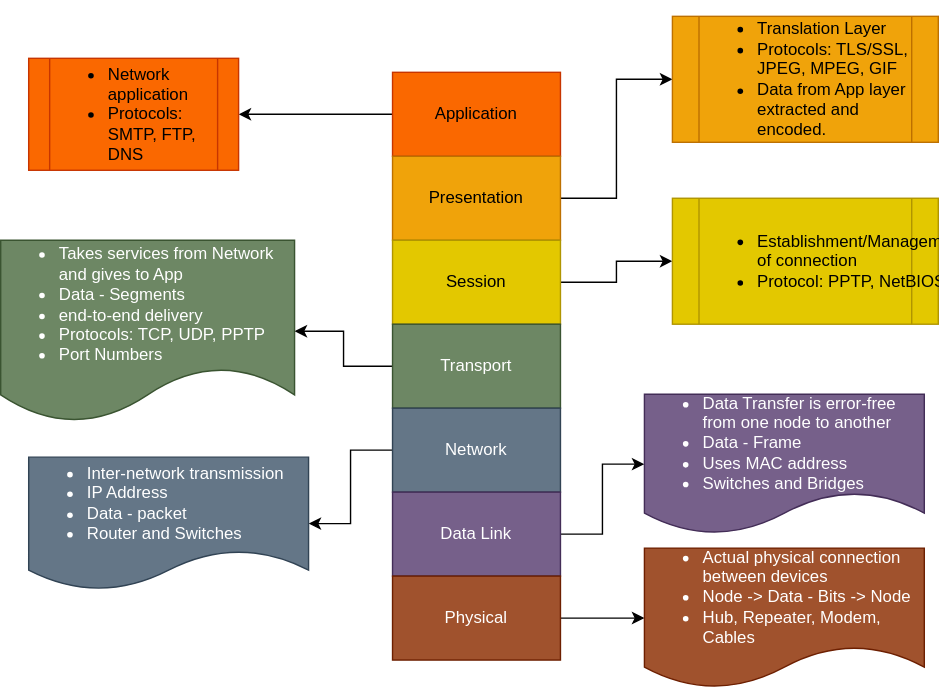
AnkitaB5007/mysite keeps this draw.io diagram as static/networking/OSI.svg. Above is the earlier version. Source tidied: cells renumbered, new cells last; positions are measured from the earlier drawing's top-left corner, leaving out a move shared by most shapes.
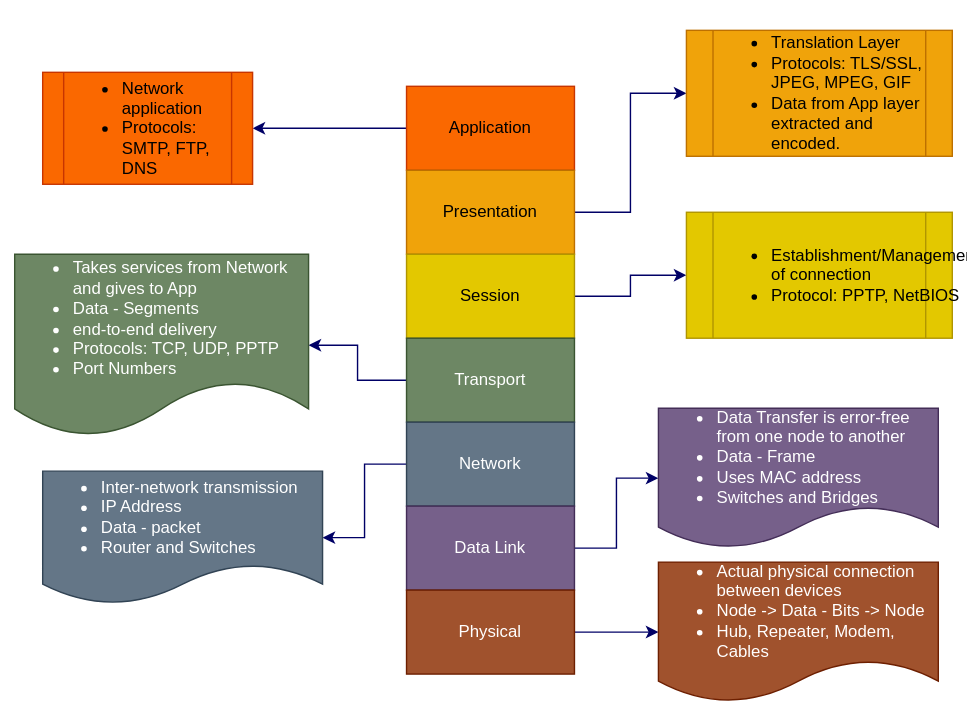
Later version of the same file.

Commit message:
Post on OSI model

Diff of the diagram source:
```diff
@@ -2,43 +2,43 @@
   <root>
     <mxCell id="0" />
     <mxCell id="1" parent="0" />
-    <mxCell id="2" style="edgeStyle=orthogonalEdgeStyle;rounded=0;jettySize=auto;html=1;" parent="1" edge="1" source="3" target="22">
+    <mxCell id="2" style="edgeStyle=orthogonalEdgeStyle;rounded=0;jettySize=auto;html=1;strokeColor=#000066;" parent="1" edge="1" source="3" target="22">
       <mxGeometry relative="1" as="geometry" />
     </mxCell>
     <mxCell id="3" value="Application" style="rounded=0;whiteSpace=wrap;html=1;fillColor=#fa6800;fontColor=#000000;strokeColor=#C73500;" parent="1" vertex="1">
       <mxGeometry x="280" y="40" width="120" height="60" as="geometry" />
     </mxCell>
-    <mxCell id="4" style="edgeStyle=orthogonalEdgeStyle;rounded=0;jettySize=auto;html=1;entryX=0;entryY=0.5;entryDx=0;entryDy=0;" parent="1" edge="1" source="5" target="21">
+    <mxCell id="4" style="edgeStyle=orthogonalEdgeStyle;rounded=0;jettySize=auto;html=1;entryX=0;entryY=0.5;entryDx=0;entryDy=0;strokeColor=#000066;" parent="1" edge="1" source="5" target="21">
       <mxGeometry relative="1" as="geometry" />
     </mxCell>
     <mxCell id="5" value="Presentation" style="rounded=0;whiteSpace=wrap;html=1;fillColor=#f0a30a;fontColor=#000000;strokeColor=#BD7000;" parent="1" vertex="1">
       <mxGeometry x="280" y="100" width="120" height="60" as="geometry" />
     </mxCell>
-    <mxCell id="6" style="edgeStyle=orthogonalEdgeStyle;rounded=0;jettySize=auto;html=1;" parent="1" edge="1" source="7" target="20">
+    <mxCell id="6" style="edgeStyle=orthogonalEdgeStyle;rounded=0;jettySize=auto;html=1;strokeColor=#000066;" parent="1" edge="1" source="7" target="20">
       <mxGeometry relative="1" as="geometry" />
     </mxCell>
     <mxCell id="7" value="Session" style="rounded=0;whiteSpace=wrap;html=1;fillColor=#e3c800;fontColor=#000000;strokeColor=#B09500;" parent="1" vertex="1">
       <mxGeometry x="280" y="160" width="120" height="60" as="geometry" />
     </mxCell>
-    <mxCell id="8" style="edgeStyle=orthogonalEdgeStyle;rounded=0;jettySize=auto;html=1;" parent="1" edge="1" source="9" target="19">
+    <mxCell id="8" style="edgeStyle=orthogonalEdgeStyle;rounded=0;jettySize=auto;html=1;strokeColor=#000066;" parent="1" edge="1" source="9" target="19">
       <mxGeometry relative="1" as="geometry" />
     </mxCell>
     <mxCell id="9" value="Transport" style="rounded=0;whiteSpace=wrap;html=1;fillColor=#6d8764;fontColor=#ffffff;strokeColor=#3A5431;" parent="1" vertex="1">
       <mxGeometry x="280" y="220" width="120" height="60" as="geometry" />
     </mxCell>
-    <mxCell id="10" style="edgeStyle=orthogonalEdgeStyle;rounded=0;jettySize=auto;html=1;" parent="1" edge="1" source="11" target="18">
+    <mxCell id="10" style="edgeStyle=orthogonalEdgeStyle;rounded=0;jettySize=auto;html=1;strokeColor=#000066;" parent="1" edge="1" source="11" target="18">
       <mxGeometry relative="1" as="geometry" />
     </mxCell>
     <mxCell id="11" value="Network" style="rounded=0;whiteSpace=wrap;html=1;fillColor=#647687;fontColor=#ffffff;strokeColor=#314354;" parent="1" vertex="1">
       <mxGeometry x="280" y="280" width="120" height="60" as="geometry" />
     </mxCell>
-    <mxCell id="12" style="edgeStyle=orthogonalEdgeStyle;rounded=0;jettySize=auto;html=1;" parent="1" edge="1" source="13" target="17">
+    <mxCell id="12" style="edgeStyle=orthogonalEdgeStyle;rounded=0;jettySize=auto;html=1;strokeColor=#000066;" parent="1" edge="1" source="13" target="17">
       <mxGeometry relative="1" as="geometry" />
     </mxCell>
     <mxCell id="13" value="Data Link" style="rounded=0;whiteSpace=wrap;html=1;fillColor=#76608a;fontColor=#ffffff;strokeColor=#432D57;" parent="1" vertex="1">
       <mxGeometry x="280" y="340" width="120" height="60" as="geometry" />
     </mxCell>
-    <mxCell id="14" style="edgeStyle=orthogonalEdgeStyle;rounded=0;jettySize=auto;html=1;" parent="1" edge="1" source="15">
+    <mxCell id="14" style="edgeStyle=orthogonalEdgeStyle;rounded=0;jettySize=auto;html=1;strokeColor=#000066;" parent="1" edge="1" source="15">
       <mxGeometry relative="1" as="geometry">
         <mxPoint x="460" y="430" as="targetPoint" />
       </mxGeometry>
```
